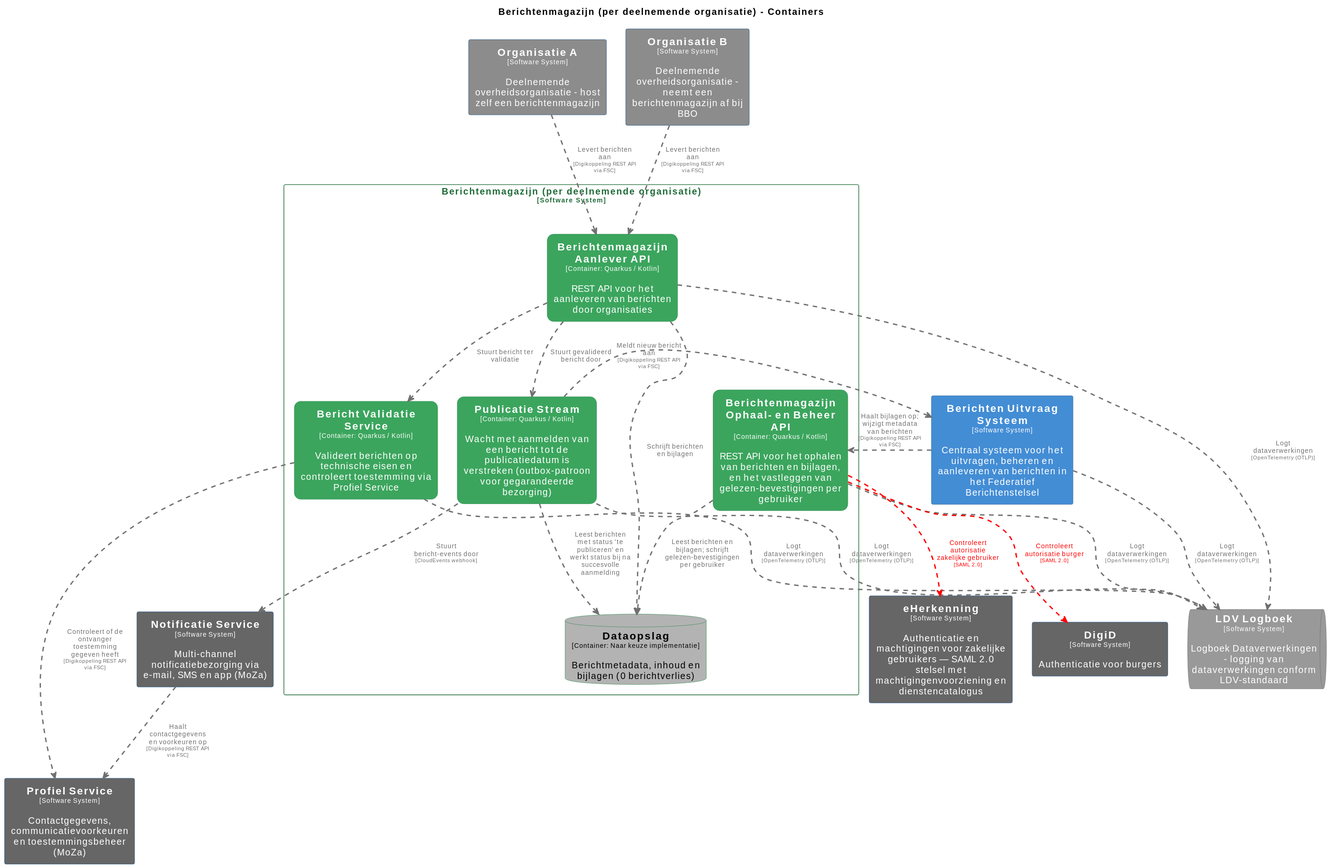
The PlantUML diagram pr-preview/pr-22/master/svg/BerichtenmagazijnContainers.svg in MinBZK/moza-poc-fbs-berichtenbox, before a commit. Its source is kept beside it as pr-preview/pr-22/master/puml/BerichtenmagazijnContainers.puml.
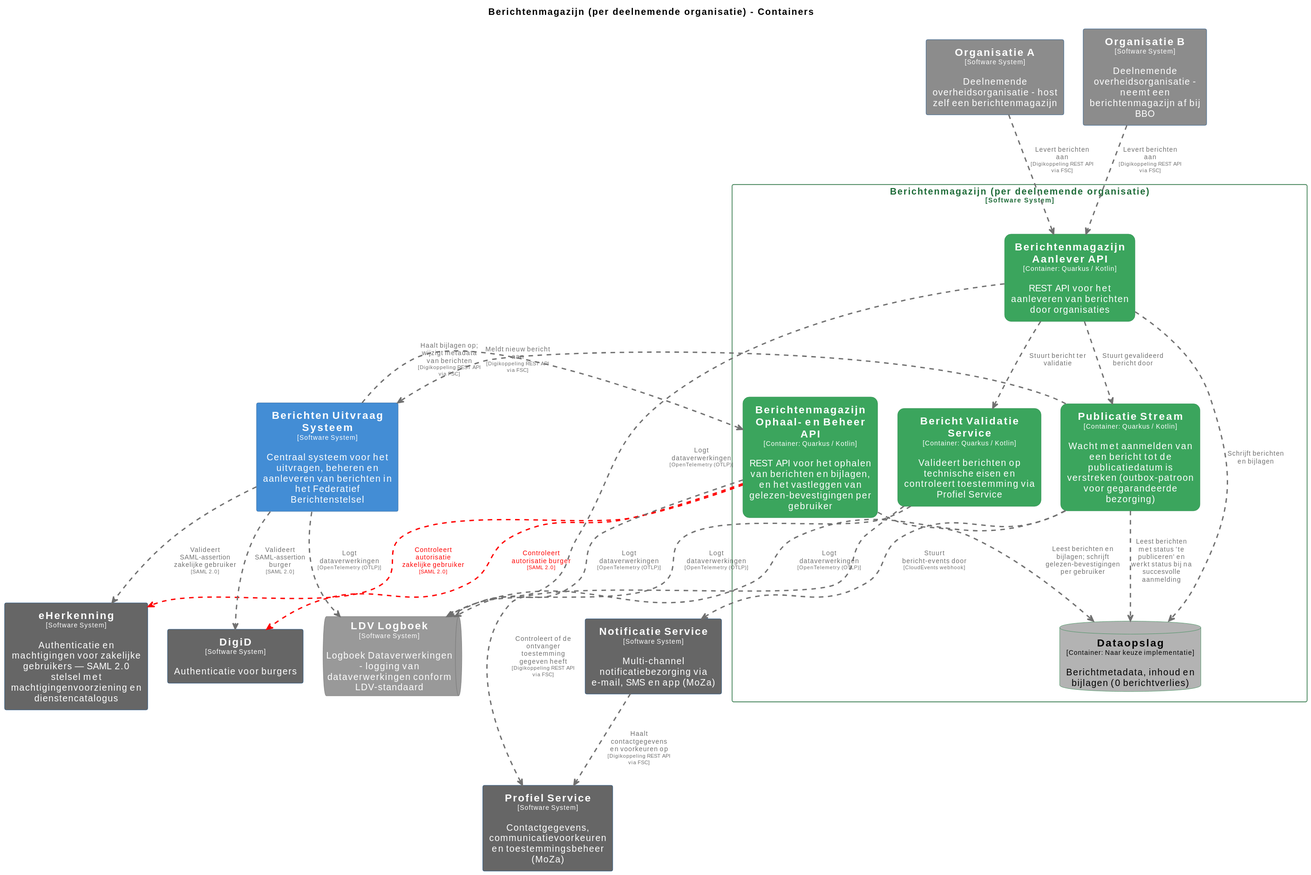
The same diagram one commit later.

What changed in the source:
```diff
@@ -120,6 +120,8 @@
   rectangle "==Publicatie Stream\n<size:10>[Container: Quarkus / Kotlin]</size>\n\nWacht met aanmelden van een bericht tot de publicatiedatum is verstreken (outbox-patroon voor gegarandeerde bezorging)" <<Berichtenmagazijnperdeelnemendeorganisatie.PublicatieStream>> as Berichtenmagazijnperdeelnemendeorganisatie.PublicatieStream
 }
 
+Berichtenmagazijnperdeelnemendeorganisatie.BerichtenmagazijnOphaalenBeheerAPI .[#ff0000,thickness=2].> eHerkenning : "<color:#ff0000>Controleert autorisatie zakelijke gebruiker\n<color:#ff0000><size:8>[SAML 2.0]</size>"
+Berichtenmagazijnperdeelnemendeorganisatie.BerichtenmagazijnOphaalenBeheerAPI .[#ff0000,thickness=2].> DigiD : "<color:#ff0000>Controleert autorisatie burger\n<color:#ff0000><size:8>[SAML 2.0]</size>"
 Berichtenmagazijnperdeelnemendeorganisatie.BerichtenmagazijnOphaalenBeheerAPI .[#707070,thickness=2].> LDVLogboek : "<color:#707070>Logt dataverwerkingen\n<color:#707070><size:8>[OpenTelemetry (OTLP)]</size>"
 Berichtenmagazijnperdeelnemendeorganisatie.BerichtenmagazijnAanleverAPI .[#707070,thickness=2].> LDVLogboek : "<color:#707070>Logt dataverwerkingen\n<color:#707070><size:8>[OpenTelemetry (OTLP)]</size>"
 Berichtenmagazijnperdeelnemendeorganisatie.BerichtValidatieService .[#707070,thickness=2].> LDVLogboek : "<color:#707070>Logt dataverwerkingen\n<color:#707070><size:8>[OpenTelemetry (OTLP)]</size>"
@@ -130,6 +132,8 @@
 Berichtenmagazijnperdeelnemendeorganisatie.BerichtenmagazijnAanleverAPI .[#707070,thickness=2].> Berichtenmagazijnperdeelnemendeorganisatie.BerichtValidatieService : "<color:#707070>Stuurt bericht ter validatie"
 Berichtenmagazijnperdeelnemendeorganisatie.BerichtenmagazijnAanleverAPI .[#707070,thickness=2].> Berichtenmagazijnperdeelnemendeorganisatie.PublicatieStream : "<color:#707070>Stuurt gevalideerd bericht door"
 Berichtenmagazijnperdeelnemendeorganisatie.PublicatieStream .[#707070,thickness=2].> Berichtenmagazijnperdeelnemendeorganisatie.Dataopslag : "<color:#707070>Leest berichten met status 'te publiceren' en werkt status bij na succesvolle aanmelding"
+BerichtenUitvraagSysteem .[#707070,thickness=2].> eHerkenning : "<color:#707070>Valideert SAML-assertion zakelijke gebruiker\n<color:#707070><size:8>[SAML 2.0]</size>"
+BerichtenUitvraagSysteem .[#707070,thickness=2].> DigiD : "<color:#707070>Valideert SAML-assertion burger\n<color:#707070><size:8>[SAML 2.0]</size>"
 BerichtenUitvraagSysteem .[#707070,thickness=2].> Berichtenmagazijnperdeelnemendeorganisatie.BerichtenmagazijnOphaalenBeheerAPI : "<color:#707070>Haalt bijlagen op; wijzigt metadata van berichten\n<color:#707070><size:8>[Digikoppeling REST API via FSC]</size>"
 Berichtenmagazijnperdeelnemendeorganisatie.PublicatieStream .[#707070,thickness=2].> BerichtenUitvraagSysteem : "<color:#707070>Meldt nieuw bericht aan\n<color:#707070><size:8>[Digikoppeling REST API via FSC]</size>"
 Berichtenmagazijnperdeelnemendeorganisatie.PublicatieStream .[#707070,thickness=2].> NotificatieService : "<color:#707070>Stuurt bericht-events door\n<color:#707070><size:8>[CloudEvents webhook]</size>"
@@ -137,6 +141,4 @@
 OrganisatieA .[#707070,thickness=2].> Berichtenmagazijnperdeelnemendeorganisatie.BerichtenmagazijnAanleverAPI : "<color:#707070>Levert berichten aan\n<color:#707070><size:8>[Digikoppeling REST API via FSC]</size>"
 OrganisatieB .[#707070,thickness=2].> Berichtenmagazijnperdeelnemendeorganisatie.BerichtenmagazijnAanleverAPI : "<color:#707070>Levert berichten aan\n<color:#707070><size:8>[Digikoppeling REST API via FSC]</size>"
 Berichtenmagazijnperdeelnemendeorganisatie.BerichtValidatieService .[#707070,thickness=2].> ProfielService : "<color:#707070>Controleert of de ontvanger toestemming gegeven heeft\n<color:#707070><size:8>[Digikoppeling REST API via FSC]</size>"
-Berichtenmagazijnperdeelnemendeorganisatie.BerichtenmagazijnOphaalenBeheerAPI .[#ff0000,thickness=2].> eHerkenning : "<color:#ff0000>Controleert autorisatie zakelijke gebruiker\n<color:#ff0000><size:8>[SAML 2.0]</size>"
-Berichtenmagazijnperdeelnemendeorganisatie.BerichtenmagazijnOphaalenBeheerAPI .[#ff0000,thickness=2].> DigiD : "<color:#ff0000>Controleert autorisatie burger\n<color:#ff0000><size:8>[SAML 2.0]</size>"
 @enduml
```
